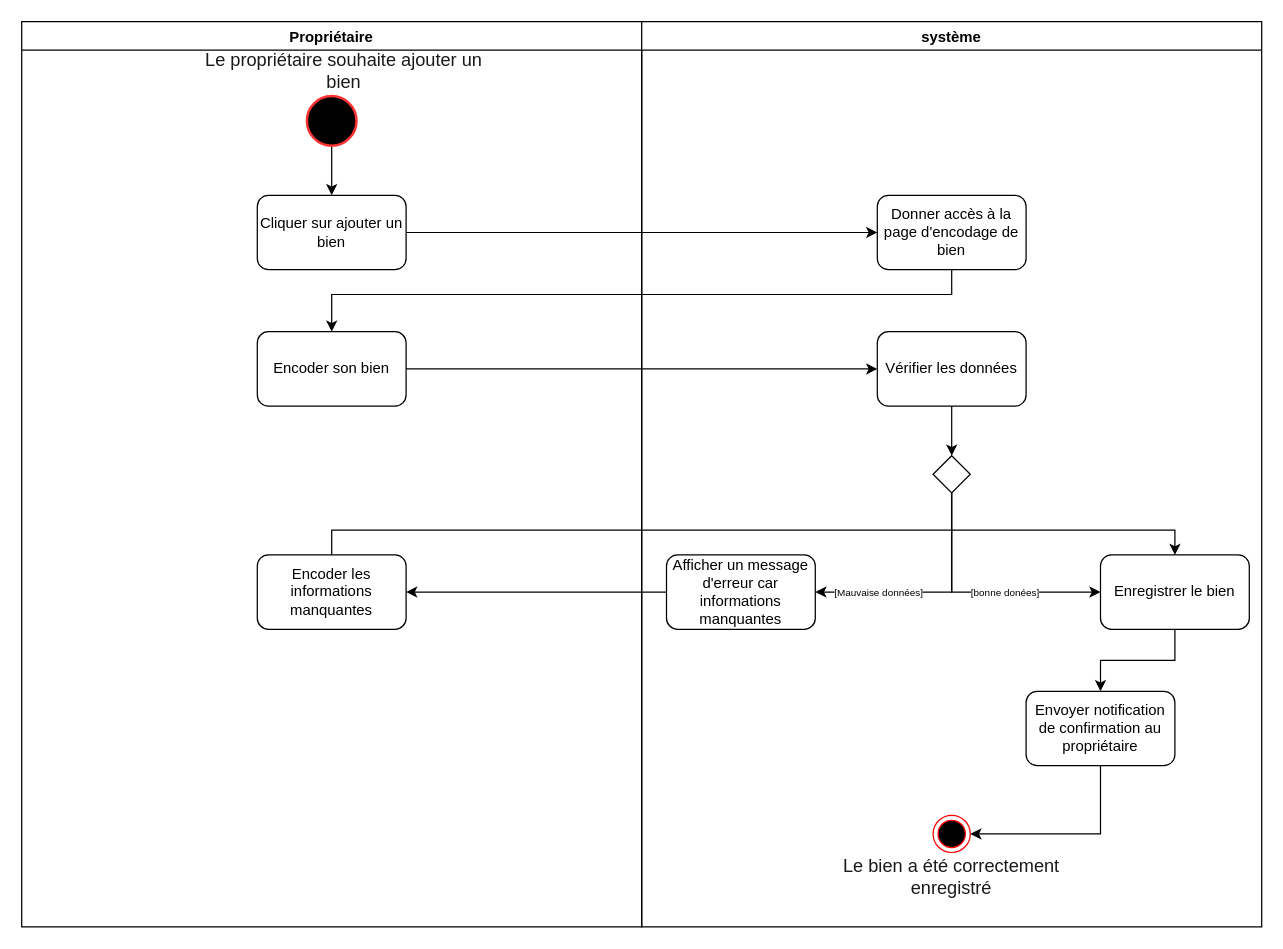
The draw.io diagram page "Enregistrement du bien" (7 of 20) of Ko-loc (1).drawio in Julienthum/Co-Lock, before the edit. Source tidied: cells renumbered, new cells numbered last; positions are measured from the earlier drawing's top-left corner, leaving out a move shared by most shapes. Both pictures are drawn from the tidied source at 124%, with x=0, y=0 at pixel (21, 21).
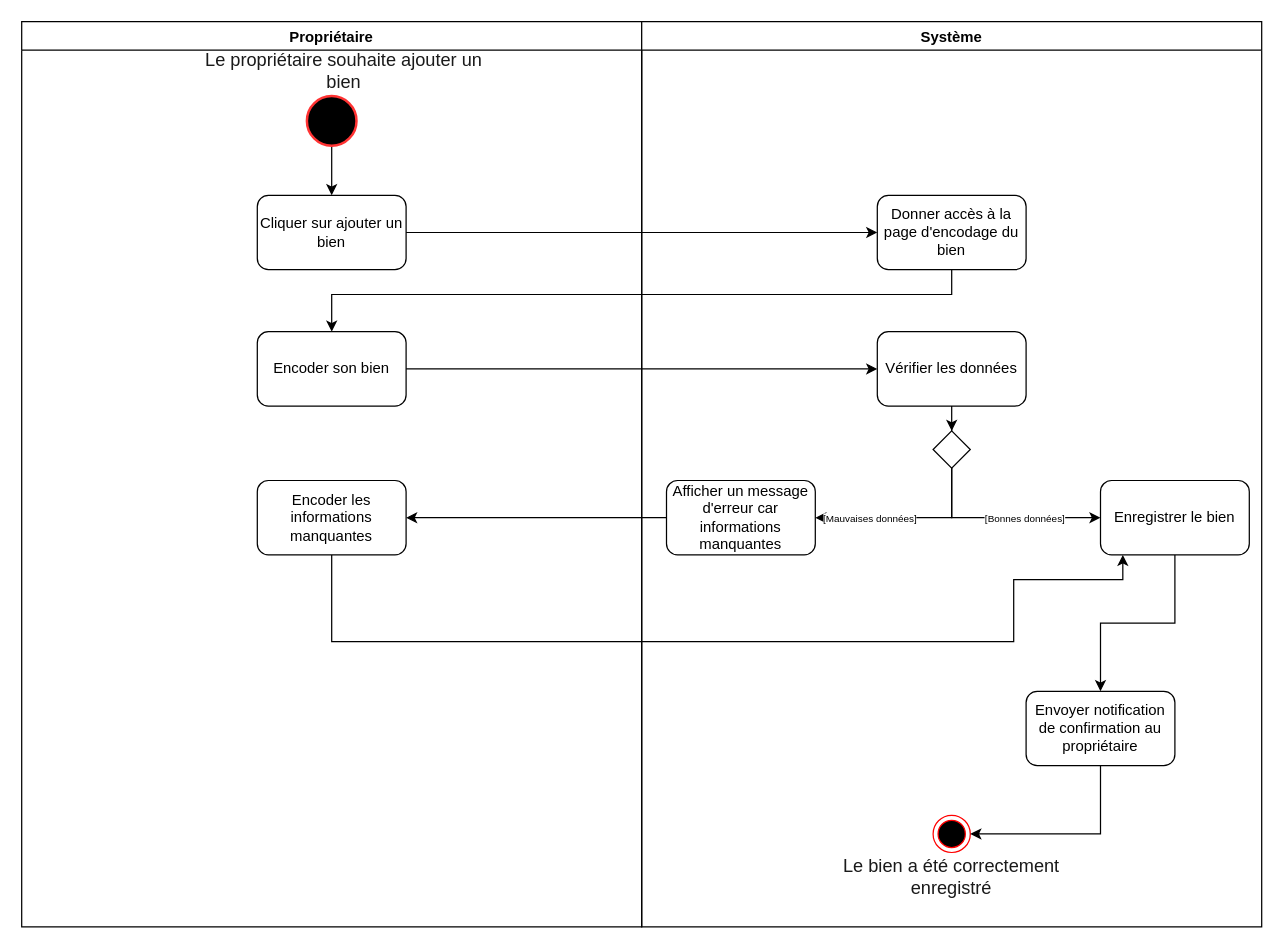
The same diagram, later.

The change refers to these unchanged cells:
```xml
<mxCell id="2" value="Propriétaire" style="swimlane;fontSize=12;strokeColor=#000000;fillColor=#FFFFFF;" parent="1" vertex="1">
  <mxGeometry width="500" height="730" as="geometry" />
</mxCell>
```

Diff of the diagram source:
```diff
@@
     <mxCell id="7" value="Encoder les informations manquantes" style="rounded=1;whiteSpace=wrap;html=1;fontSize=12;strokeColor=#000000;fillColor=#FFFFFF;" parent="2" vertex="1">
-      <mxGeometry x="190" y="430" width="120" height="60" as="geometry" />
+      <mxGeometry x="190" y="370" width="120" height="60" as="geometry" />
     </mxCell>
@@
-    <mxCell id="9" value="système" style="swimlane;fontSize=12;strokeColor=#000000;fillColor=#FFFFFF;" parent="1" vertex="1">
+    <mxCell id="9" value="Système" style="swimlane;fontSize=12;strokeColor=#000000;fillColor=#FFFFFF;" parent="1" vertex="1">
       <mxGeometry x="500" width="500" height="730" as="geometry" />
     </mxCell>
-    <mxCell id="10" value="Donner accès à la page d'encodage de bien" style="rounded=1;whiteSpace=wrap;html=1;fontSize=12;strokeColor=#000000;fillColor=#FFFFFF;" parent="9" vertex="1">
+    <mxCell id="10" value="Donner accès à la page d'encodage du bien" style="rounded=1;whiteSpace=wrap;html=1;fontSize=12;strokeColor=#000000;fillColor=#FFFFFF;" parent="9" vertex="1">
       <mxGeometry x="190" y="140" width="120" height="60" as="geometry" />
     </mxCell>
@@
     <mxCell id="14" value="Enregistrer le bien" style="rounded=1;whiteSpace=wrap;html=1;fontSize=12;strokeColor=#000000;fillColor=#FFFFFF;" parent="9" vertex="1">
-      <mxGeometry x="370" y="430" width="120" height="60" as="geometry" />
+      <mxGeometry x="370" y="370" width="120" height="60" as="geometry" />
     </mxCell>
     <mxCell id="15" style="edgeStyle=orthogonalEdgeStyle;rounded=0;jettySize=auto;html=1;entryX=1;entryY=0.5;entryDx=0;entryDy=0;fontSize=12;" parent="9" edge="1" source="19" target="20">
       <mxGeometry relative="1" as="geometry">
         <Array as="points">
-          <mxPoint x="250" y="460" />
+          <mxPoint x="250" y="400" />
         </Array>
       </mxGeometry>
     </mxCell>
-    <mxCell id="16" value="&lt;font style=&quot;font-size: 8px&quot;&gt;[Mauvaise données]&lt;/font&gt;" style="edgeLabel;html=1;align=center;verticalAlign=middle;fontSize=7;" parent="15" vertex="1">
+    <mxCell id="16" value="&lt;font style=&quot;font-size: 8px&quot;&gt;[Mauvaises données]&lt;/font&gt;" style="edgeLabel;html=1;align=center;verticalAlign=middle;fontSize=7;" parent="15" vertex="1">
       <mxGeometry x="0.64" relative="1" as="geometry">
         <mxPoint x="16" as="offset" />
       </mxGeometry>
     </mxCell>
     <mxCell id="17" style="edgeStyle=orthogonalEdgeStyle;rounded=0;jettySize=auto;html=1;entryX=0;entryY=0.5;entryDx=0;entryDy=0;fontSize=12;" parent="9" edge="1" source="19" target="14">
       <mxGeometry relative="1" as="geometry">
         <Array as="points">
-          <mxPoint x="250" y="460" />
+          <mxPoint x="250" y="400" />
         </Array>
       </mxGeometry>
     </mxCell>
-    <mxCell id="18" value="[bonne donées]" style="edgeLabel;html=1;align=center;verticalAlign=middle;fontSize=8;" parent="17" vertex="1">
+    <mxCell id="18" value="[Bonnes données]" style="edgeLabel;html=1;align=center;verticalAlign=middle;fontSize=8;" parent="17" vertex="1">
       <mxGeometry x="0.22" relative="1" as="geometry" />
     </mxCell>
     <mxCell id="19" style="rhombus;whiteSpace=wrap;html=1;fontSize=12;strokeColor=#000000;fillColor=#FFFFFF;" parent="9" vertex="1">
-      <mxGeometry x="235" y="350" width="30" height="30" as="geometry" />
+      <mxGeometry x="235" y="330" width="30" height="30" as="geometry" />
     </mxCell>
     <mxCell id="20" value="Afficher un message d'erreur car informations manquantes" style="rounded=1;whiteSpace=wrap;html=1;fontSize=12;strokeColor=#000000;fillColor=#FFFFFF;" parent="9" vertex="1">
-      <mxGeometry x="20" y="430" width="120" height="60" as="geometry" />
+      <mxGeometry x="20" y="370" width="120" height="60" as="geometry" />
     </mxCell>
@@
-    <mxCell id="29" style="edgeStyle=orthogonalEdgeStyle;rounded=0;jettySize=auto;html=1;entryX=0.5;entryY=0;entryDx=0;entryDy=0;fontSize=12;" parent="1" edge="1" source="7" target="14">
+    <mxCell id="29" style="edgeStyle=orthogonalEdgeStyle;rounded=0;jettySize=auto;html=1;fontSize=12;" parent="1" edge="1" source="7" target="14">
       <mxGeometry relative="1" as="geometry">
         <Array as="points">
-          <mxPoint x="250" y="410" />
-          <mxPoint x="930" y="410" />
+          <mxPoint x="250" y="500" />
+          <mxPoint x="800" y="500" />
+          <mxPoint x="800" y="450" />
+          <mxPoint x="888" y="450" />
         </Array>
       </mxGeometry>
     </mxCell>
```
